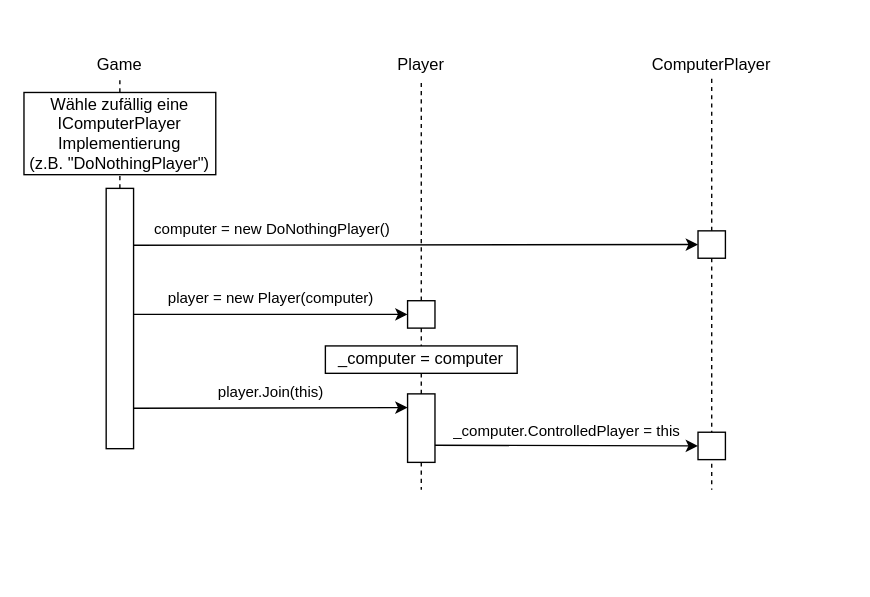
Earlier version of the draw.io diagram docs/flow_Computerplayer_Without_Erbauer.drawio (SilasDerProfi/weeping-snake). Source tidied: cells renumbered, new cells numbered last; positions are measured from the earlier drawing's top-left corner, leaving out a move shared by most shapes. Both pictures are drawn from the tidied source at 137%, with x=0, y=0 at pixel (23, 51).
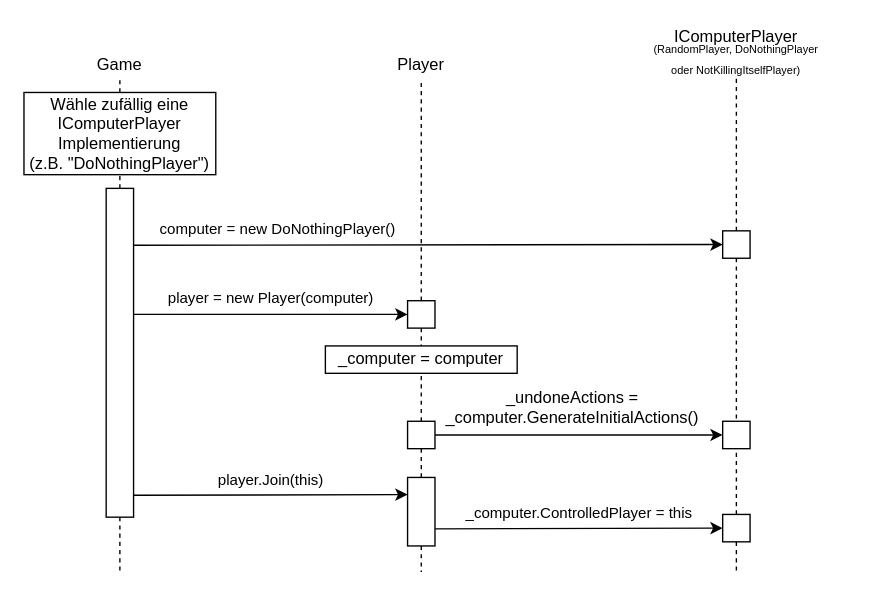
The same page after the edit.

Unchanged cells that the change refers to:
```xml
<mxCell id="20" value="_computer = computer" style="rounded=0;whiteSpace=wrap;html=1;" parent="1" vertex="1">
  <mxGeometry x="220" y="215" width="140" height="20" as="geometry" />
</mxCell>
```

Diff of the diagram source:
```diff
@@
     <mxCell id="3" style="rounded=0;whiteSpace=wrap;html=1;" parent="1" vertex="1">
-      <mxGeometry x="60" y="100" width="20" height="190" as="geometry" />
+      <mxGeometry x="60" y="100" width="20" height="240" as="geometry" />
     </mxCell>
@@
-    <mxCell id="8" value="player.Join(this)" style="endArrow=classic;html=1;exitX=1;exitY=0.75;exitDx=0;exitDy=0;entryX=0;entryY=0.5;entryDx=0;entryDy=0;" parent="1" edge="1">
+    <mxCell id="8" value="player.Join(this)" style="endArrow=classic;html=1;entryX=0;entryY=0.25;entryDx=0;entryDy=0;" parent="1" edge="1" target="10">
       <mxGeometry y="11" relative="1" as="geometry">
-        <mxPoint x="80" y="260.5" as="sourcePoint" />
-        <mxPoint x="280" y="260" as="targetPoint" />
+        <mxPoint x="80" y="324" as="sourcePoint" />
       </mxGeometry>
     </mxCell>
@@
     <mxCell id="10" style="rounded=0;whiteSpace=wrap;html=1;" parent="1" vertex="1">
-      <mxGeometry x="280" y="250" width="20" height="50" as="geometry" />
+      <mxGeometry x="280" y="311" width="20" height="50" as="geometry" />
     </mxCell>
@@
-    <mxCell id="12" value="ComputerPlayer" style="text;html=1;strokeColor=none;fillColor=none;align=center;verticalAlign=middle;whiteSpace=wrap;rounded=0;" parent="1" vertex="1">
-      <mxGeometry x="447" width="110" height="20" as="geometry" />
-    </mxCell>
@@
     <mxCell id="14" style="rounded=0;whiteSpace=wrap;html=1;" parent="1" vertex="1">
-      <mxGeometry x="492" y="131" width="20" height="20" as="geometry" />
+      <mxGeometry x="510" y="131" width="20" height="20" as="geometry" />
     </mxCell>
     <mxCell id="15" style="endArrow=none;dashed=1;html=1;exitX=0.5;exitY=1;exitDx=0;exitDy=0;" parent="1" edge="1" source="10">
       <mxGeometry relative="1" as="geometry">
-        <mxPoint x="290" y="320" as="targetPoint" />
+        <mxPoint x="290" y="380" as="targetPoint" />
       </mxGeometry>
     </mxCell>
-    <mxCell id="16" style="endArrow=none;dashed=1;html=1;entryX=0.5;entryY=1;entryDx=0;entryDy=0;exitX=0.5;exitY=0;exitDx=0;exitDy=0;" parent="1" edge="1" source="14" target="12">
+    <mxCell id="16" style="endArrow=none;dashed=1;html=1;entryX=0.5;entryY=1;entryDx=0;entryDy=0;exitX=0.5;exitY=0;exitDx=0;exitDy=0;" parent="1" edge="1" source="14" target="27">
       <mxGeometry relative="1" as="geometry" />
     </mxCell>
-    <mxCell id="17" style="endArrow=none;dashed=1;html=1;exitX=0.5;exitY=1;exitDx=0;exitDy=0;" parent="1" edge="1" source="14">
-      <mxGeometry relative="1" as="geometry">
-        <mxPoint x="502" y="320" as="targetPoint" />
-      </mxGeometry>
+    <mxCell id="17" style="endArrow=none;dashed=1;html=1;exitX=0.5;exitY=1;exitDx=0;exitDy=0;entryX=0.5;entryY=0;entryDx=0;entryDy=0;" parent="1" edge="1" source="14" target="30">
+      <mxGeometry relative="1" as="geometry" />
     </mxCell>
@@
-    <mxCell id="21" style="endArrow=none;dashed=1;html=1;exitX=0.5;exitY=0;exitDx=0;exitDy=0;entryX=0.5;entryY=1;entryDx=0;entryDy=0;" parent="1" edge="1" source="10" target="20">
+    <mxCell id="21" style="endArrow=none;dashed=1;html=1;exitX=0.5;exitY=0;exitDx=0;exitDy=0;entryX=0.5;entryY=1;entryDx=0;entryDy=0;" parent="1" edge="1" source="28" target="20">
       <mxGeometry relative="1" as="geometry" />
     </mxCell>
@@
     <mxCell id="23" style="rounded=0;whiteSpace=wrap;html=1;" parent="1" vertex="1">
-      <mxGeometry x="492" y="278" width="20" height="20" as="geometry" />
+      <mxGeometry x="510" y="338" width="20" height="20" as="geometry" />
     </mxCell>
+    <mxCell id="24" style="endArrow=none;dashed=1;html=1;exitX=0.5;exitY=1;exitDx=0;exitDy=0;" parent="1" edge="1" source="3">
+      <mxGeometry relative="1" as="geometry">
+        <mxPoint x="70" y="380" as="targetPoint" />
+      </mxGeometry>
+    </mxCell>
+    <mxCell id="25" style="endArrow=none;dashed=1;html=1;exitX=0.5;exitY=0;exitDx=0;exitDy=0;entryX=0.5;entryY=1;entryDx=0;entryDy=0;" parent="1" edge="1" source="23" target="30">
+      <mxGeometry relative="1" as="geometry" />
+    </mxCell>
+    <mxCell id="26" value="IComputerPlayer" style="text;html=1;strokeColor=none;fillColor=none;align=center;verticalAlign=middle;whiteSpace=wrap;rounded=0;" parent="1" vertex="1">
+      <mxGeometry x="440" y="-20" width="160" height="20" as="geometry" />
+    </mxCell>
+    <mxCell id="27" value="&lt;font style=&quot;font-size: 8px&quot;&gt;(RandomPlayer, DoNothingPlayer&lt;br&gt;oder NotKillingItselfPlayer)&lt;/font&gt;" style="text;html=1;strokeColor=none;fillColor=none;align=center;verticalAlign=middle;whiteSpace=wrap;rounded=0;" parent="1" vertex="1">
+      <mxGeometry x="440" y="-10" width="160" height="30" as="geometry" />
+    </mxCell>
+    <mxCell id="28" style="rounded=0;whiteSpace=wrap;html=1;" parent="1" vertex="1">
+      <mxGeometry x="280" y="270" width="20" height="20" as="geometry" />
+    </mxCell>
+    <mxCell id="29" value="&lt;span style=&quot;font-size: 12px ; background-color: rgb(255 , 255 , 255)&quot;&gt;_undoneActions =&lt;br&gt;_computer.GenerateInitialActions()&lt;/span&gt;" style="endArrow=classic;html=1;exitX=1;exitY=0.5;exitDx=0;exitDy=0;entryX=0;entryY=0.5;entryDx=0;entryDy=0;" parent="1" edge="1" source="28" target="30">
+      <mxGeometry x="-0.05" y="20" relative="1" as="geometry" />
+    </mxCell>
+    <mxCell id="30" style="rounded=0;whiteSpace=wrap;html=1;" parent="1" vertex="1">
+      <mxGeometry x="510" y="270" width="20" height="20" as="geometry" />
+    </mxCell>
+    <mxCell id="31" style="endArrow=none;dashed=1;html=1;exitX=0.5;exitY=1;exitDx=0;exitDy=0;entryX=0.5;entryY=0;entryDx=0;entryDy=0;" parent="1" edge="1" source="28" target="10">
+      <mxGeometry relative="1" as="geometry" />
+    </mxCell>
+    <mxCell id="32" style="endArrow=none;dashed=1;html=1;exitX=0.5;exitY=1;exitDx=0;exitDy=0;" parent="1" edge="1" source="23">
+      <mxGeometry relative="1" as="geometry">
+        <mxPoint x="520" y="380" as="targetPoint" />
+      </mxGeometry>
+    </mxCell>
```
